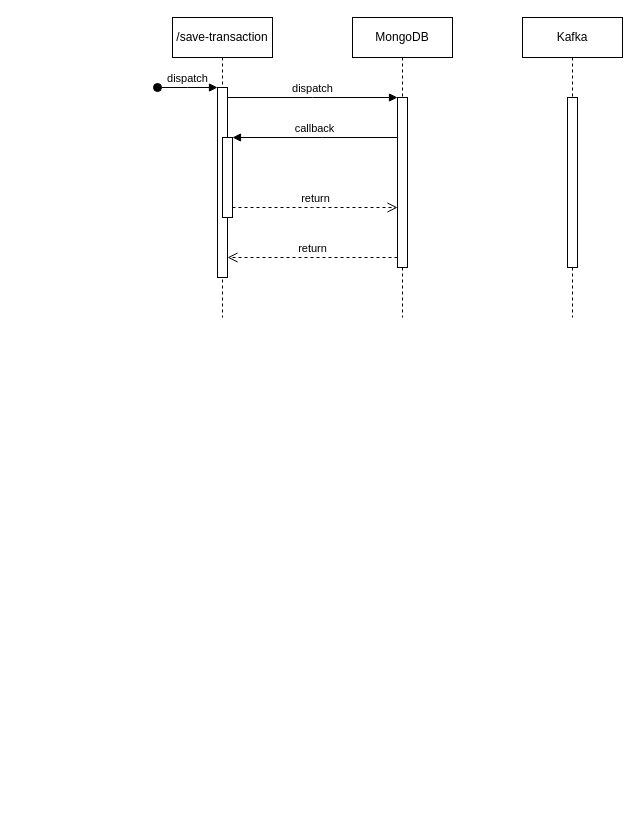
Before: transaction-processing-system.drawio in MariaVasquez/transactions-processing-system, a draw.io diagram. Source tidied: cells renumbered, new cells numbered last; positions are measured from the earlier drawing's top-left corner, leaving out a move shared by most shapes. Both pictures are drawn from the tidied source at 100%, with x=0, y=0 at pixel (157, 17).
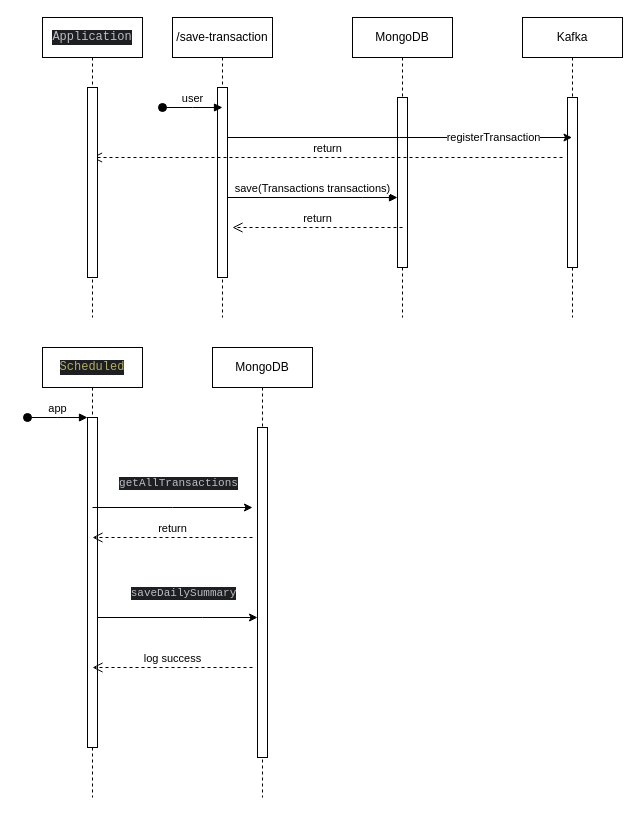
The same diagram, later.

Unchanged cells that the change refers to:
```xml
<mxCell id="2" value="/save-transaction" style="shape=umlLifeline;perimeter=lifelinePerimeter;whiteSpace=wrap;html=1;newEdgeStyle={&quot;edgeStyle&quot;:&quot;elbowEdgeStyle&quot;,&quot;elbow&quot;:&quot;vertical&quot;,&quot;curved&quot;:0,&quot;rounded&quot;:0};" parent="1" vertex="1">
  <mxGeometry x="15" width="100" height="300" as="geometry" />
</mxCell>
<mxCell id="3" style="html=1;points=[];perimeter=orthogonalPerimeter;outlineConnect=0;targetShapes=umlLifeline;portConstraint=eastwest;newEdgeStyle={&quot;edgeStyle&quot;:&quot;elbowEdgeStyle&quot;,&quot;elbow&quot;:&quot;vertical&quot;,&quot;curved&quot;:0,&quot;rounded&quot;:0};" parent="2" vertex="1">
  <mxGeometry x="45" y="70" width="10" height="190" as="geometry" />
</mxCell>
<mxCell id="7" style="html=1;points=[];perimeter=orthogonalPerimeter;outlineConnect=0;targetShapes=umlLifeline;portConstraint=eastwest;newEdgeStyle={&quot;edgeStyle&quot;:&quot;elbowEdgeStyle&quot;,&quot;elbow&quot;:&quot;vertical&quot;,&quot;curved&quot;:0,&quot;rounded&quot;:0};" parent="6" vertex="1">
  <mxGeometry x="45" y="80" width="10" height="170" as="geometry" />
</mxCell>
```

What changed in the source:
```diff
@@
-    <mxCell id="4" value="dispatch" style="html=1;verticalAlign=bottom;startArrow=oval;endArrow=block;startSize=8;edgeStyle=elbowEdgeStyle;elbow=vertical;curved=0;rounded=0;" parent="2" edge="1" target="3">
-      <mxGeometry relative="1" as="geometry">
-        <mxPoint x="-15" y="70" as="sourcePoint" />
-      </mxGeometry>
-    </mxCell>
-    <mxCell id="5" style="html=1;points=[];perimeter=orthogonalPerimeter;outlineConnect=0;targetShapes=umlLifeline;portConstraint=eastwest;newEdgeStyle={&quot;edgeStyle&quot;:&quot;elbowEdgeStyle&quot;,&quot;elbow&quot;:&quot;vertical&quot;,&quot;curved&quot;:0,&quot;rounded&quot;:0};" parent="2" vertex="1">
-      <mxGeometry x="50" y="120" width="10" height="80" as="geometry" />
-    </mxCell>
@@
-    <mxCell id="8" value="dispatch" style="html=1;verticalAlign=bottom;endArrow=block;edgeStyle=elbowEdgeStyle;elbow=vertical;curved=0;rounded=0;" parent="1" edge="1" source="3" target="7">
+    <mxCell id="8" value="save(Transactions transactions)" style="html=1;verticalAlign=bottom;endArrow=block;edgeStyle=elbowEdgeStyle;elbow=horizontal;curved=0;rounded=0;" parent="1" edge="1" source="3" target="7">
       <mxGeometry relative="1" as="geometry">
         <Array as="points">
+          <mxPoint x="205" y="180" />
           <mxPoint x="155" y="80" />
         </Array>
       </mxGeometry>
     </mxCell>
-    <mxCell id="9" value="return" style="html=1;verticalAlign=bottom;endArrow=open;dashed=1;endSize=8;edgeStyle=elbowEdgeStyle;elbow=vertical;curved=0;rounded=0;" parent="1" edge="1" source="7" target="3">
+    <mxCell id="9" value="return" style="html=1;verticalAlign=bottom;endArrow=open;dashed=1;endSize=8;edgeStyle=elbowEdgeStyle;elbow=horizontal;curved=0;rounded=0;" parent="1" edge="1">
       <mxGeometry relative="1" as="geometry">
+        <mxPoint x="245" y="210" as="sourcePoint" />
+        <mxPoint x="75" y="210" as="targetPoint" />
         <Array as="points">
-          <mxPoint x="165" y="240" />
+          <mxPoint x="170" y="210" />
         </Array>
       </mxGeometry>
     </mxCell>
-    <mxCell id="10" value="callback" style="html=1;verticalAlign=bottom;endArrow=block;edgeStyle=elbowEdgeStyle;elbow=vertical;curved=0;rounded=0;" parent="1" edge="1" source="7" target="5">
-      <mxGeometry relative="1" as="geometry">
-        <Array as="points">
-          <mxPoint x="165" y="120" />
-        </Array>
-      </mxGeometry>
-    </mxCell>
-    <mxCell id="11" value="return" style="html=1;verticalAlign=bottom;endArrow=open;dashed=1;endSize=8;edgeStyle=elbowEdgeStyle;elbow=vertical;curved=0;rounded=0;" parent="1" edge="1" source="5" target="7">
-      <mxGeometry relative="1" as="geometry">
-        <Array as="points">
-          <mxPoint x="155" y="190" />
-        </Array>
-      </mxGeometry>
-    </mxCell>
@@
+    <mxCell id="14" style="edgeStyle=elbowEdgeStyle;rounded=0;orthogonalLoop=1;jettySize=auto;html=1;elbow=vertical;curved=0;" parent="1" edge="1">
+      <mxGeometry relative="1" as="geometry">
+        <mxPoint x="70" y="120" as="sourcePoint" />
+        <mxPoint x="414.5" y="120" as="targetPoint" />
+      </mxGeometry>
+    </mxCell>
+    <mxCell id="15" value="registerTransaction" style="edgeLabel;html=1;align=center;verticalAlign=middle;" parent="14" vertex="1">
+      <mxGeometry x="0.54" y="1" relative="1" as="geometry" />
+    </mxCell>
+    <mxCell id="16" value="&lt;div style=&quot;background-color:#1e1f22;color:#bcbec4&quot;&gt;&lt;pre style=&quot;font-family:'JetBrains Mono',monospace;font-size:9,8pt;&quot;&gt;&lt;span style=&quot;color:#b3ae60;&quot;&gt;Scheduled&lt;/span&gt;&lt;/pre&gt;&lt;/div&gt;" style="shape=umlLifeline;perimeter=lifelinePerimeter;whiteSpace=wrap;html=1;newEdgeStyle={&quot;edgeStyle&quot;:&quot;elbowEdgeStyle&quot;,&quot;elbow&quot;:&quot;vertical&quot;,&quot;curved&quot;:0,&quot;rounded&quot;:0};" parent="1" vertex="1">
+      <mxGeometry x="-115" y="330" width="100" height="450" as="geometry" />
+    </mxCell>
+    <mxCell id="17" style="html=1;points=[];perimeter=orthogonalPerimeter;outlineConnect=0;targetShapes=umlLifeline;portConstraint=eastwest;newEdgeStyle={&quot;edgeStyle&quot;:&quot;elbowEdgeStyle&quot;,&quot;elbow&quot;:&quot;vertical&quot;,&quot;curved&quot;:0,&quot;rounded&quot;:0};" parent="16" vertex="1">
+      <mxGeometry x="45" y="70" width="10" height="330" as="geometry" />
+    </mxCell>
+    <mxCell id="18" value="app" style="html=1;verticalAlign=bottom;startArrow=oval;endArrow=block;startSize=8;edgeStyle=elbowEdgeStyle;elbow=vertical;curved=0;rounded=0;" parent="16" edge="1" target="17">
+      <mxGeometry relative="1" as="geometry">
+        <mxPoint x="-15" y="70" as="sourcePoint" />
+      </mxGeometry>
+    </mxCell>
+    <mxCell id="19" value="MongoDB" style="shape=umlLifeline;perimeter=lifelinePerimeter;whiteSpace=wrap;html=1;newEdgeStyle={&quot;edgeStyle&quot;:&quot;elbowEdgeStyle&quot;,&quot;elbow&quot;:&quot;vertical&quot;,&quot;curved&quot;:0,&quot;rounded&quot;:0};" parent="1" vertex="1">
+      <mxGeometry x="55" y="330" width="100" height="450" as="geometry" />
+    </mxCell>
+    <mxCell id="20" style="html=1;points=[];perimeter=orthogonalPerimeter;outlineConnect=0;targetShapes=umlLifeline;portConstraint=eastwest;newEdgeStyle={&quot;edgeStyle&quot;:&quot;elbowEdgeStyle&quot;,&quot;elbow&quot;:&quot;vertical&quot;,&quot;curved&quot;:0,&quot;rounded&quot;:0};" parent="19" vertex="1">
+      <mxGeometry x="45" y="80" width="10" height="330" as="geometry" />
+    </mxCell>
+    <mxCell id="21" value="return" style="html=1;verticalAlign=bottom;endArrow=open;dashed=1;endSize=8;edgeStyle=elbowEdgeStyle;elbow=horizontal;curved=0;rounded=0;" parent="1" edge="1" target="22">
+      <mxGeometry relative="1" as="geometry">
+        <mxPoint x="405" y="140" as="sourcePoint" />
+        <Array as="points">
+          <mxPoint x="330" y="140" />
+        </Array>
+      </mxGeometry>
+    </mxCell>
+    <mxCell id="22" value="&lt;div style=&quot;background-color:#1e1f22;color:#bcbec4&quot;&gt;&lt;pre style=&quot;font-family:'JetBrains Mono',monospace;font-size:9,8pt;&quot;&gt;Application&lt;/pre&gt;&lt;/div&gt;" style="shape=umlLifeline;perimeter=lifelinePerimeter;whiteSpace=wrap;html=1;outlineConnect=0;portConstraint=eastwest;newEdgeStyle={&quot;edgeStyle&quot;:&quot;elbowEdgeStyle&quot;,&quot;elbow&quot;:&quot;vertical&quot;,&quot;curved&quot;:0,&quot;rounded&quot;:0};" parent="1" vertex="1">
+      <mxGeometry x="-115" width="100" height="300" as="geometry" />
+    </mxCell>
+    <mxCell id="23" style="html=1;perimeter=orthogonalPerimeter;targetShapes=umlLifeline;newEdgeStyle={&quot;edgeStyle&quot;:&quot;elbowEdgeStyle&quot;,&quot;elbow&quot;:&quot;vertical&quot;,&quot;curved&quot;:0,&quot;rounded&quot;:0};" parent="22" vertex="1">
+      <mxGeometry x="45" y="70" width="10" height="190" as="geometry" />
+    </mxCell>
+    <mxCell id="24" value="user" style="html=1;verticalAlign=bottom;startArrow=oval;endArrow=block;startSize=8;edgeStyle=elbowEdgeStyle;elbow=vertical;curved=0;rounded=0;" parent="1" edge="1">
+      <mxGeometry relative="1" as="geometry">
+        <mxPoint x="5" y="90" as="sourcePoint" />
+        <mxPoint x="65" y="90" as="targetPoint" />
+      </mxGeometry>
+    </mxCell>
+    <mxCell id="25" style="edgeStyle=elbowEdgeStyle;rounded=0;jettySize=auto;html=1;elbow=vertical;curved=0;" parent="1" edge="1" source="17" target="20">
+      <mxGeometry relative="1" as="geometry">
+        <Array as="points">
+          <mxPoint x="45" y="600" />
+        </Array>
+      </mxGeometry>
+    </mxCell>
+    <mxCell id="26" value="&lt;div style=&quot;background-color:#1e1f22;color:#bcbec4&quot;&gt;&lt;pre style=&quot;font-family:'JetBrains Mono',monospace;font-size:9,8pt;&quot;&gt;&lt;div&gt;&lt;pre style=&quot;font-family:'JetBrains Mono',monospace;font-size:9,8pt;&quot;&gt;saveDailySummary&lt;/pre&gt;&lt;/div&gt;&lt;/pre&gt;&lt;/div&gt;" style="edgeLabel;html=1;align=center;verticalAlign=middle;" parent="25" vertex="1">
+      <mxGeometry x="0.26" y="2" relative="1" as="geometry">
+        <mxPoint x="-16" y="-23" as="offset" />
+      </mxGeometry>
+    </mxCell>
+    <mxCell id="27" value="return" style="html=1;verticalAlign=bottom;endArrow=open;dashed=1;endSize=8;edgeStyle=elbowEdgeStyle;elbow=horizontal;curved=0;rounded=0;" parent="1" edge="1">
+      <mxGeometry relative="1" as="geometry">
+        <mxPoint x="95" y="520" as="sourcePoint" />
+        <mxPoint x="-65" y="520" as="targetPoint" />
+        <Array as="points">
+          <mxPoint x="20" y="520" />
+        </Array>
+      </mxGeometry>
+    </mxCell>
+    <mxCell id="28" style="edgeStyle=elbowEdgeStyle;rounded=0;orthogonalLoop=1;jettySize=auto;html=1;elbow=vertical;curved=0;" parent="1" edge="1">
+      <mxGeometry relative="1" as="geometry">
+        <mxPoint x="-65" y="490" as="sourcePoint" />
+        <mxPoint x="95" y="490" as="targetPoint" />
+      </mxGeometry>
+    </mxCell>
+    <mxCell id="29" value="&lt;div style=&quot;background-color:#1e1f22;color:#bcbec4&quot;&gt;&lt;pre style=&quot;font-family:'JetBrains Mono',monospace;font-size:9,8pt;&quot;&gt;getAllTransactions&lt;/pre&gt;&lt;/div&gt;" style="edgeLabel;html=1;align=center;verticalAlign=middle;" parent="28" vertex="1">
+      <mxGeometry x="0.26" y="2" relative="1" as="geometry">
+        <mxPoint x="-16" y="-23" as="offset" />
+      </mxGeometry>
+    </mxCell>
+    <mxCell id="30" value="log success" style="html=1;verticalAlign=bottom;endArrow=open;dashed=1;endSize=8;edgeStyle=elbowEdgeStyle;elbow=vertical;curved=0;rounded=0;" parent="1" edge="1">
+      <mxGeometry relative="1" as="geometry">
+        <mxPoint x="95" y="650" as="sourcePoint" />
+        <mxPoint x="-65" y="650" as="targetPoint" />
+        <Array as="points">
+          <mxPoint x="20" y="650" />
+        </Array>
+      </mxGeometry>
+    </mxCell>
```
